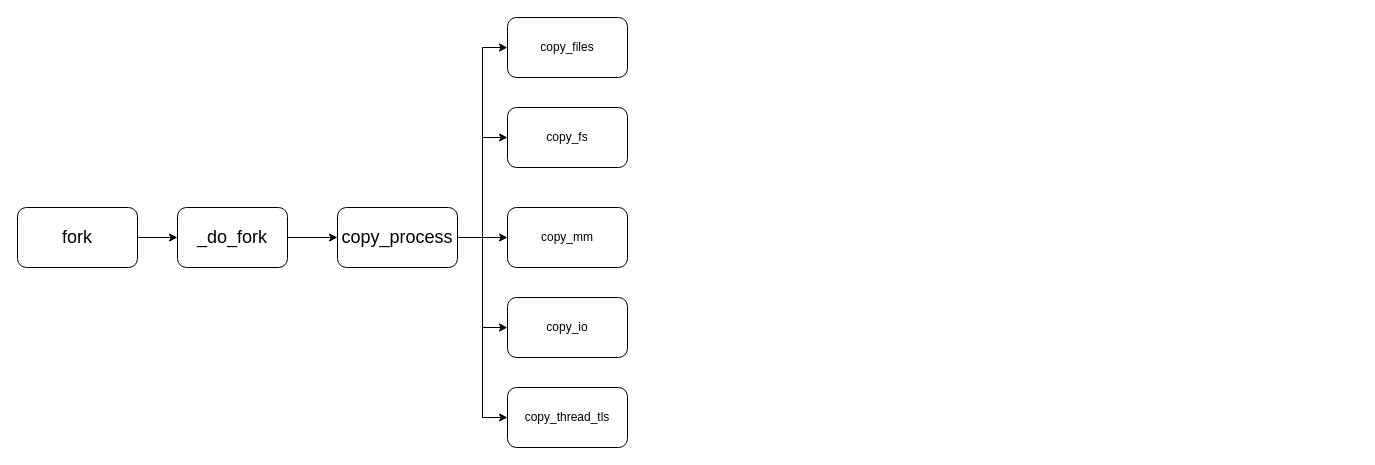
violet227/diagrams keeps this draw.io diagram as Untitled Diagram.drawio. Above is the earlier version. Source tidied: cells renumbered, new cells numbered last; positions are measured from the earlier drawing's top-left corner, leaving out a move shared by most shapes. Both pictures are drawn from the tidied source at 100%, with x=0, y=0 at pixel (17, 17).
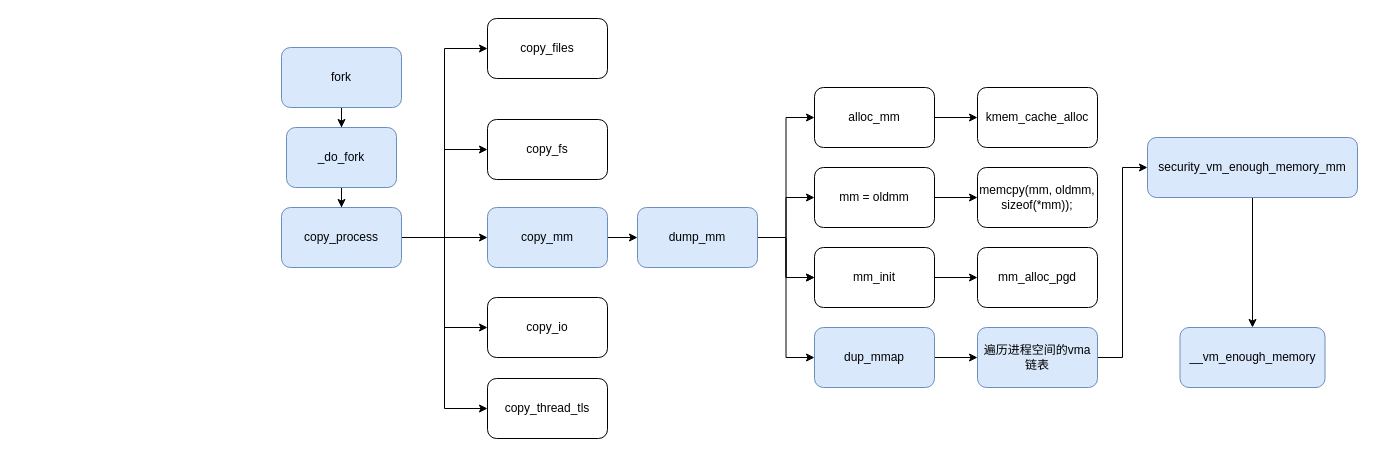
The same page after the edit.

What changed in the source:
```diff
@@
-    <mxCell id="3" value="&lt;font style=&quot;font-size: 18px&quot;&gt;fork&lt;/font&gt;" style="rounded=1;whiteSpace=wrap;html=1;" parent="1" vertex="1">
-      <mxGeometry y="190" width="120" height="60" as="geometry" />
+    <mxCell id="3" value="&lt;font style=&quot;font-size: 12px&quot;&gt;fork&lt;/font&gt;" style="rounded=1;whiteSpace=wrap;html=1;fillColor=#dae8fc;strokeColor=#6c8ebf;" parent="1" vertex="1">
+      <mxGeometry x="264" y="30" width="120" height="60" as="geometry" />
     </mxCell>
@@
-    <mxCell id="5" value="&lt;font style=&quot;font-size: 18px&quot;&gt;_do_fork&lt;/font&gt;" style="rounded=1;whiteSpace=wrap;html=1;" parent="1" vertex="1">
-      <mxGeometry x="160" y="190" width="110" height="60" as="geometry" />
+    <mxCell id="5" value="&lt;font style=&quot;font-size: 12px&quot;&gt;_do_fork&lt;/font&gt;" style="rounded=1;whiteSpace=wrap;html=1;fillColor=#dae8fc;strokeColor=#6c8ebf;" parent="1" vertex="1">
+      <mxGeometry x="269" y="110" width="110" height="60" as="geometry" />
     </mxCell>
@@
-    <mxCell id="11" value="&lt;font style=&quot;font-size: 18px&quot;&gt;copy_process&lt;/font&gt;" style="whiteSpace=wrap;html=1;rounded=1;" parent="1" vertex="1">
-      <mxGeometry x="320" y="190" width="120" height="60" as="geometry" />
+    <mxCell id="11" value="&lt;font style=&quot;font-size: 12px&quot;&gt;copy_process&lt;/font&gt;" style="whiteSpace=wrap;html=1;rounded=1;fillColor=#dae8fc;strokeColor=#6c8ebf;" parent="1" vertex="1">
+      <mxGeometry x="264" y="190" width="120" height="60" as="geometry" />
     </mxCell>
     <mxCell id="12" value="copy_files" style="whiteSpace=wrap;html=1;rounded=1;" parent="1" vertex="1">
-      <mxGeometry x="490" width="120" height="60" as="geometry" />
+      <mxGeometry x="470" y="1" width="120" height="60" as="geometry" />
     </mxCell>
     <mxCell id="13" value="copy_fs" style="whiteSpace=wrap;html=1;rounded=1;" parent="1" vertex="1">
-      <mxGeometry x="490" y="90" width="120" height="60" as="geometry" />
+      <mxGeometry x="470" y="102" width="120" height="60" as="geometry" />
     </mxCell>
+    <mxCell id="17" style="edgeStyle=orthogonalEdgeStyle;rounded=0;jettySize=auto;html=1;fontSize=18;" parent="1" edge="1" source="14" target="23">
+      <mxGeometry relative="1" as="geometry" />
+    </mxCell>
-    <mxCell id="14" value="copy_mm" style="whiteSpace=wrap;html=1;rounded=1;" parent="1" vertex="1">
-      <mxGeometry x="490" y="190" width="120" height="60" as="geometry" />
+    <mxCell id="14" value="copy_mm" style="whiteSpace=wrap;html=1;rounded=1;fillColor=#dae8fc;strokeColor=#6c8ebf;" parent="1" vertex="1">
+      <mxGeometry x="470" y="190" width="120" height="60" as="geometry" />
     </mxCell>
     <mxCell id="15" value="copy_io" style="whiteSpace=wrap;html=1;rounded=1;" parent="1" vertex="1">
-      <mxGeometry x="490" y="280" width="120" height="60" as="geometry" />
+      <mxGeometry x="470" y="280" width="120" height="60" as="geometry" />
     </mxCell>
     <mxCell id="16" value="copy_thread_tls" style="whiteSpace=wrap;html=1;rounded=1;" parent="1" vertex="1">
-      <mxGeometry x="490" y="370" width="120" height="60" as="geometry" />
+      <mxGeometry x="470" y="361" width="120" height="60" as="geometry" />
     </mxCell>
+    <mxCell id="18" style="edgeStyle=orthogonalEdgeStyle;rounded=0;jettySize=auto;html=1;fontSize=18;entryX=0;entryY=0.5;entryDx=0;entryDy=0;" parent="1" edge="1" source="23" target="25">
+      <mxGeometry relative="1" as="geometry" />
+    </mxCell>
+    <mxCell id="19" style="edgeStyle=orthogonalEdgeStyle;rounded=0;jettySize=auto;html=1;fontSize=18;" parent="1" edge="1" source="23" target="27">
+      <mxGeometry relative="1" as="geometry" />
+    </mxCell>
+    <mxCell id="20" style="edgeStyle=orthogonalEdgeStyle;rounded=0;jettySize=auto;html=1;fontSize=18;" parent="1" edge="1" source="23" target="29">
+      <mxGeometry relative="1" as="geometry" />
+    </mxCell>
+    <mxCell id="21" style="edgeStyle=orthogonalEdgeStyle;rounded=0;jettySize=auto;html=1;fontSize=18;" parent="1" edge="1" source="23" target="29">
+      <mxGeometry relative="1" as="geometry" />
+    </mxCell>
+    <mxCell id="22" style="edgeStyle=orthogonalEdgeStyle;rounded=0;jettySize=auto;html=1;fontSize=18;entryX=0;entryY=0.5;entryDx=0;entryDy=0;" parent="1" edge="1" source="23" target="31">
+      <mxGeometry relative="1" as="geometry" />
+    </mxCell>
+    <mxCell id="23" value="dump_mm" style="whiteSpace=wrap;html=1;rounded=1;fillColor=#dae8fc;strokeColor=#6c8ebf;" parent="1" vertex="1">
+      <mxGeometry x="620" y="190" width="120" height="60" as="geometry" />
+    </mxCell>
+    <mxCell id="24" style="edgeStyle=orthogonalEdgeStyle;rounded=0;jettySize=auto;html=1;fontSize=18;" parent="1" edge="1" source="25" target="32">
+      <mxGeometry relative="1" as="geometry" />
+    </mxCell>
+    <mxCell id="25" value="alloc_mm" style="whiteSpace=wrap;html=1;rounded=1;" parent="1" vertex="1">
+      <mxGeometry x="797" y="70" width="120" height="60" as="geometry" />
+    </mxCell>
+    <mxCell id="26" style="edgeStyle=orthogonalEdgeStyle;rounded=0;jettySize=auto;html=1;fontSize=18;" parent="1" edge="1" source="27" target="33">
+      <mxGeometry relative="1" as="geometry" />
+    </mxCell>
+    <mxCell id="27" value="mm =&amp;nbsp;oldmm" style="whiteSpace=wrap;html=1;rounded=1;" parent="1" vertex="1">
+      <mxGeometry x="797" y="150" width="120" height="60" as="geometry" />
+    </mxCell>
+    <mxCell id="28" style="edgeStyle=orthogonalEdgeStyle;rounded=0;jettySize=auto;html=1;fontSize=18;" parent="1" edge="1" source="29" target="34">
+      <mxGeometry relative="1" as="geometry" />
+    </mxCell>
+    <mxCell id="29" value="mm_init" style="whiteSpace=wrap;html=1;rounded=1;" parent="1" vertex="1">
+      <mxGeometry x="797" y="230" width="120" height="60" as="geometry" />
+    </mxCell>
+    <mxCell id="30" style="edgeStyle=orthogonalEdgeStyle;rounded=0;jettySize=auto;html=1;fontSize=18;" parent="1" edge="1" source="31" target="36">
+      <mxGeometry relative="1" as="geometry" />
+    </mxCell>
+    <mxCell id="31" value="dup_mmap" style="whiteSpace=wrap;html=1;rounded=1;fillColor=#dae8fc;strokeColor=#6c8ebf;" parent="1" vertex="1">
+      <mxGeometry x="797" y="310" width="120" height="60" as="geometry" />
+    </mxCell>
+    <mxCell id="32" value="kmem_cache_alloc" style="whiteSpace=wrap;html=1;rounded=1;" parent="1" vertex="1">
+      <mxGeometry x="960" y="70" width="120" height="60" as="geometry" />
+    </mxCell>
+    <mxCell id="33" value="memcpy(mm, oldmm, sizeof(*mm));" style="whiteSpace=wrap;html=1;rounded=1;" parent="1" vertex="1">
+      <mxGeometry x="960" y="150" width="120" height="60" as="geometry" />
+    </mxCell>
+    <mxCell id="34" value="mm_alloc_pgd" style="whiteSpace=wrap;html=1;rounded=1;" parent="1" vertex="1">
+      <mxGeometry x="960" y="230" width="120" height="60" as="geometry" />
+    </mxCell>
+    <mxCell id="35" style="edgeStyle=orthogonalEdgeStyle;rounded=0;jettySize=auto;html=1;fontSize=18;entryX=0;entryY=0.5;entryDx=0;entryDy=0;" parent="1" edge="1" source="36" target="38">
+      <mxGeometry relative="1" as="geometry" />
+    </mxCell>
+    <mxCell id="36" value="遍历进程空间的vma链表" style="whiteSpace=wrap;html=1;rounded=1;fillColor=#dae8fc;strokeColor=#6c8ebf;" parent="1" vertex="1">
+      <mxGeometry x="960" y="310" width="120" height="60" as="geometry" />
+    </mxCell>
+    <mxCell id="37" style="edgeStyle=orthogonalEdgeStyle;rounded=0;jettySize=auto;html=1;fontSize=18;" parent="1" edge="1" source="38" target="39">
+      <mxGeometry relative="1" as="geometry" />
+    </mxCell>
+    <mxCell id="38" value="security_vm_enough_memory_mm" style="whiteSpace=wrap;html=1;rounded=1;fillColor=#dae8fc;strokeColor=#6c8ebf;" parent="1" vertex="1">
+      <mxGeometry x="1130" y="120" width="210" height="60" as="geometry" />
+    </mxCell>
+    <mxCell id="39" value="__vm_enough_memory" style="whiteSpace=wrap;html=1;rounded=1;fillColor=#dae8fc;strokeColor=#6c8ebf;" parent="1" vertex="1">
+      <mxGeometry x="1162.5" y="310" width="145" height="60" as="geometry" />
+    </mxCell>
```
